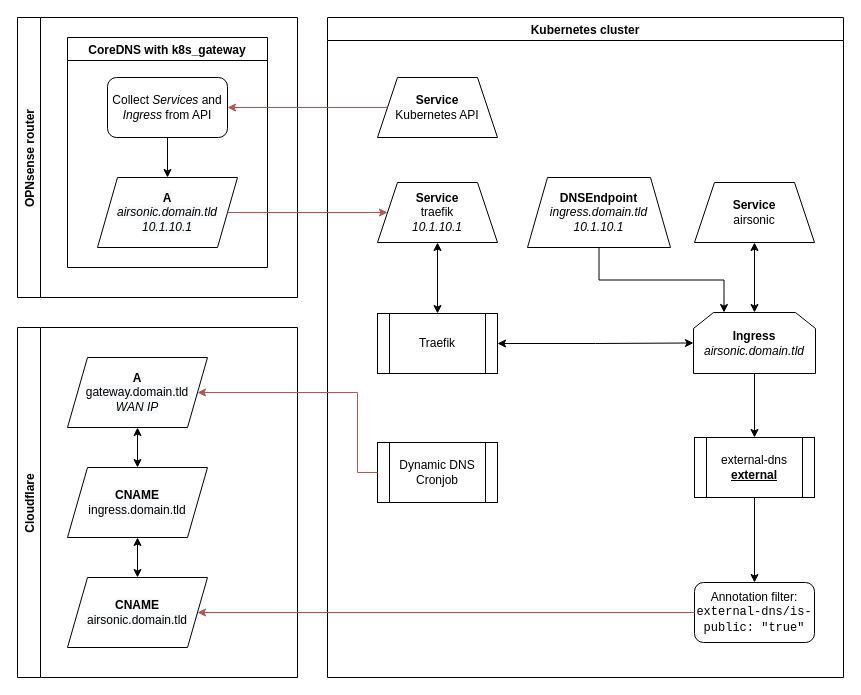
Above: docs/_assets/sources/DNS graph.drawio in bjw-s-labs/home-ops (draw.io), before the change. Source tidied: cells renumbered, new cells numbered last; positions are measured from the earlier drawing's top-left corner, leaving out a move shared by most shapes. Both pictures are drawn from the tidied source at 100%, with x=0, y=0 at pixel (17, 17).
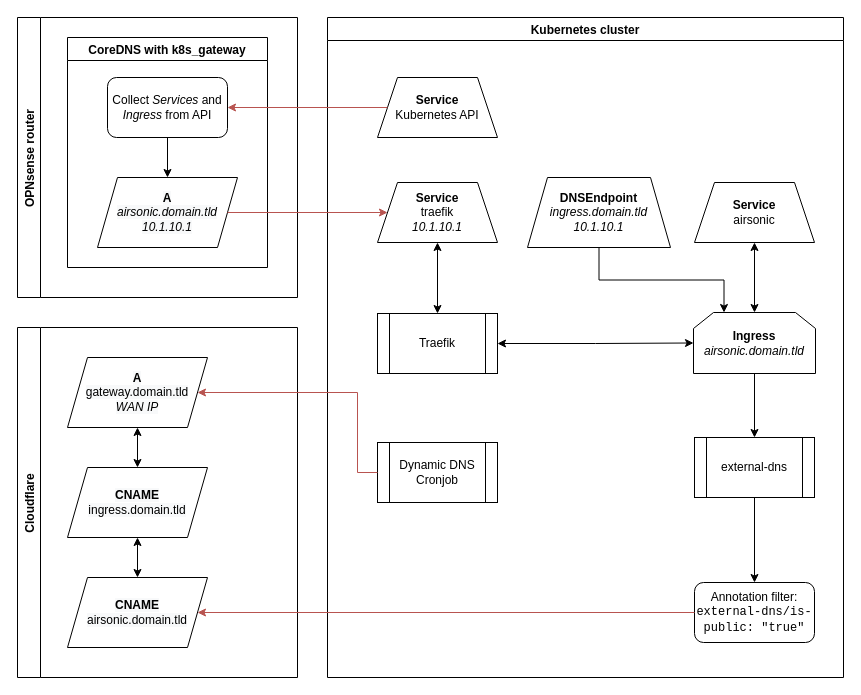
The same page after the edit.

Commit message (it also covers changes not shown here):
docs: Update DNS graph

The change refers to these unchanged cells:
```xml
<mxCell id="2" value="Kubernetes cluster" style="swimlane;" parent="1" vertex="1">
  <mxGeometry x="310" width="516" height="660" as="geometry" />
</mxCell>
```

What changed in the source:
```diff
@@
-    <mxCell id="10" value="external-dns&lt;br&gt;&lt;b&gt;&lt;u&gt;external&lt;/u&gt;&lt;/b&gt;" style="shape=process;whiteSpace=wrap;html=1;backgroundOutline=1;" parent="2" vertex="1">
+    <mxCell id="10" value="external-dns" style="shape=process;whiteSpace=wrap;html=1;backgroundOutline=1;" parent="2" vertex="1">
       <mxGeometry x="367" y="420" width="120" height="60" as="geometry" />
     </mxCell>
```
